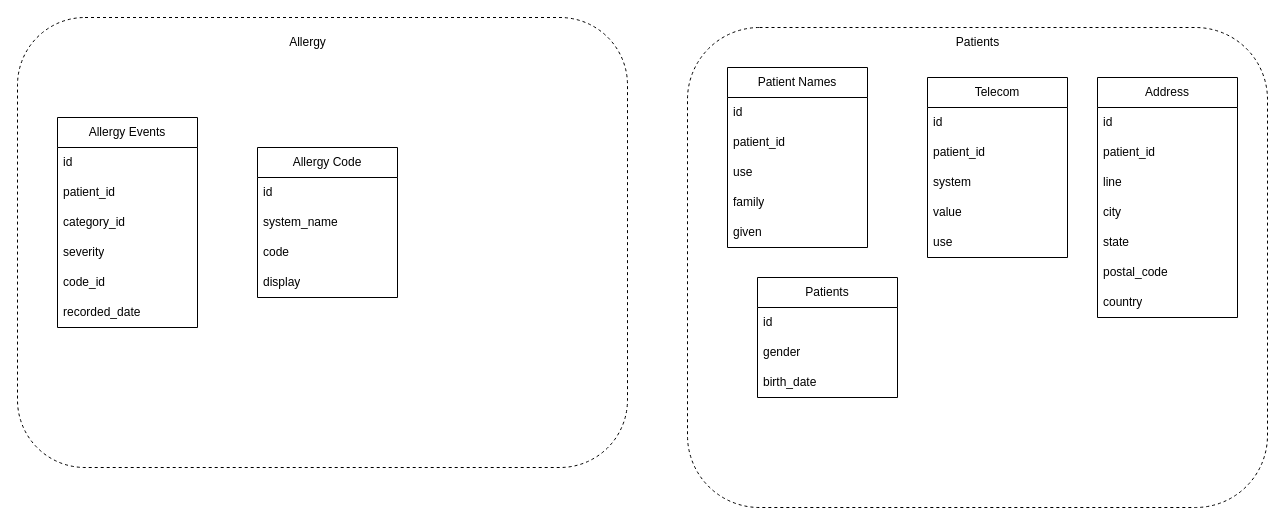
dianabarros/iqvia-assignment keeps this draw.io diagram as models.drawio. Above is the earlier version. Source tidied: cells renumbered, new cells numbered last; positions are measured from the earlier drawing's top-left corner, leaving out a move shared by most shapes. Both pictures are drawn from the tidied source at 100%, with x=0, y=0 at pixel (17, 17).
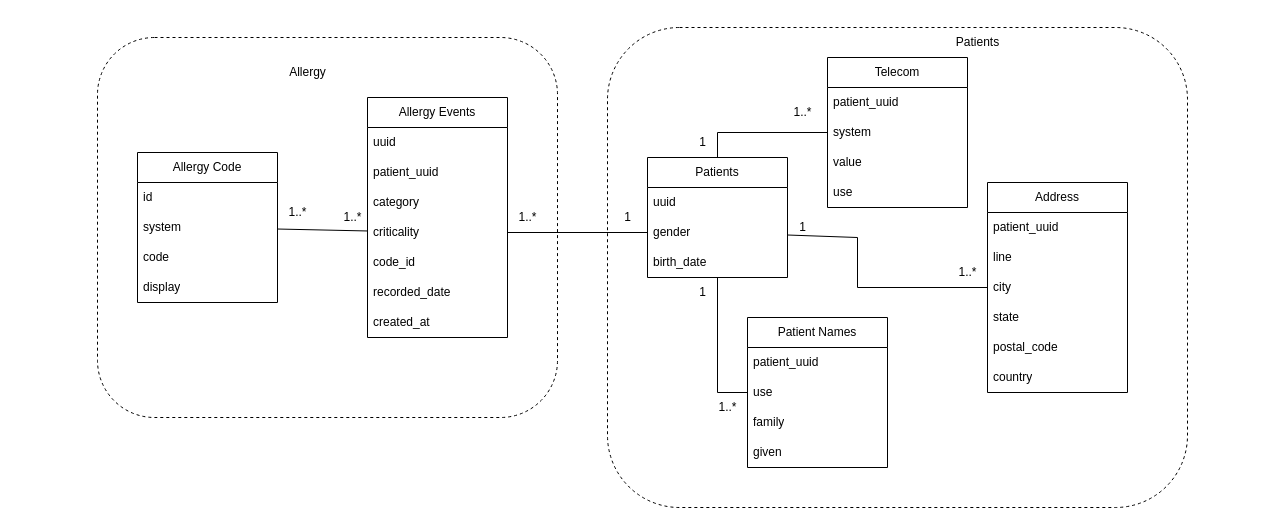
After the change.

Unchanged cells that the change refers to:
```xml
<mxCell id="34" value="gender" style="text;strokeColor=none;fillColor=none;align=left;verticalAlign=middle;spacingLeft=4;spacingRight=4;overflow=hidden;points=[[0,0.5],[1,0.5]];portConstraint=eastwest;whiteSpace=wrap;html=1;" parent="32" vertex="1">
  <mxGeometry y="60" width="140" height="30" as="geometry" />
</mxCell>
```

What changed in the source:
```diff
@@
     <mxCell id="2" style="rounded=1;whiteSpace=wrap;html=1;dashed=1;fillColor=none;" parent="1" vertex="1">
-      <mxGeometry x="670" y="10" width="580" height="480" as="geometry" />
+      <mxGeometry x="590" y="10" width="580" height="480" as="geometry" />
     </mxCell>
     <mxCell id="3" style="rounded=1;whiteSpace=wrap;html=1;dashed=1;fillColor=none;" parent="1" vertex="1">
-      <mxGeometry width="610" height="450" as="geometry" />
+      <mxGeometry x="80" y="20" width="460" height="380" as="geometry" />
     </mxCell>
     <mxCell id="4" value="Allergy Events" style="swimlane;fontStyle=0;horizontal=1;startSize=30;whiteSpace=wrap;html=1;" parent="1" vertex="1">
-      <mxGeometry x="40" y="100" width="140" height="210" as="geometry" />
+      <mxGeometry x="350" y="80" width="140" height="240" as="geometry" />
     </mxCell>
-    <mxCell id="5" value="id" style="text;strokeColor=none;fillColor=none;align=left;verticalAlign=middle;spacingLeft=4;spacingRight=4;overflow=hidden;whiteSpace=wrap;html=1;" parent="4" vertex="1">
+    <mxCell id="5" value="uuid" style="text;strokeColor=none;fillColor=none;align=left;verticalAlign=middle;spacingLeft=4;spacingRight=4;overflow=hidden;whiteSpace=wrap;html=1;" parent="4" vertex="1">
       <mxGeometry y="30" width="140" height="30" as="geometry" />
     </mxCell>
-    <mxCell id="6" value="patient_id" style="text;strokeColor=none;fillColor=none;align=left;verticalAlign=middle;spacingLeft=4;spacingRight=4;overflow=hidden;whiteSpace=wrap;html=1;" parent="4" vertex="1">
+    <mxCell id="6" value="patient_uuid" style="text;strokeColor=none;fillColor=none;align=left;verticalAlign=middle;spacingLeft=4;spacingRight=4;overflow=hidden;whiteSpace=wrap;html=1;" parent="4" vertex="1">
       <mxGeometry y="60" width="140" height="30" as="geometry" />
     </mxCell>
-    <mxCell id="7" value="category_id" style="text;strokeColor=none;fillColor=none;align=left;verticalAlign=middle;spacingLeft=4;spacingRight=4;overflow=hidden;whiteSpace=wrap;html=1;" parent="4" vertex="1">
+    <mxCell id="7" value="category" style="text;strokeColor=none;fillColor=none;align=left;verticalAlign=middle;spacingLeft=4;spacingRight=4;overflow=hidden;whiteSpace=wrap;html=1;" parent="4" vertex="1">
       <mxGeometry y="90" width="140" height="30" as="geometry" />
     </mxCell>
-    <mxCell id="8" value="severity" style="text;strokeColor=none;fillColor=none;align=left;verticalAlign=middle;spacingLeft=4;spacingRight=4;overflow=hidden;points=[[0,0.5],[1,0.5]];portConstraint=eastwest;whiteSpace=wrap;html=1;" parent="4" vertex="1">
+    <mxCell id="8" value="criticality" style="text;strokeColor=none;fillColor=none;align=left;verticalAlign=middle;spacingLeft=4;spacingRight=4;overflow=hidden;points=[[0,0.5],[1,0.5]];portConstraint=eastwest;whiteSpace=wrap;html=1;" parent="4" vertex="1">
       <mxGeometry y="120" width="140" height="30" as="geometry" />
     </mxCell>
@@
+    <mxCell id="42" value="created_at" style="text;strokeColor=none;fillColor=none;align=left;verticalAlign=middle;spacingLeft=4;spacingRight=4;overflow=hidden;whiteSpace=wrap;html=1;" parent="4" vertex="1">
+      <mxGeometry y="210" width="140" height="30" as="geometry" />
+    </mxCell>
     <mxCell id="11" value="Allergy" style="text;html=1;align=center;verticalAlign=middle;strokeColor=none;fillColor=none;" parent="1" vertex="1">
-      <mxGeometry x="260" y="10" width="60" height="30" as="geometry" />
+      <mxGeometry x="260" y="40" width="60" height="30" as="geometry" />
     </mxCell>
     <mxCell id="12" value="Patient Names" style="swimlane;fontStyle=0;horizontal=1;startSize=30;whiteSpace=wrap;html=1;" parent="1" vertex="1">
-      <mxGeometry x="710" y="50" width="140" height="180" as="geometry" />
+      <mxGeometry x="730" y="300" width="140" height="150" as="geometry" />
     </mxCell>
-    <mxCell id="13" value="id" style="text;strokeColor=none;fillColor=none;align=left;verticalAlign=middle;spacingLeft=4;spacingRight=4;overflow=hidden;whiteSpace=wrap;html=1;" parent="12" vertex="1">
-      <mxGeometry y="30" width="140" height="30" as="geometry" />
-    </mxCell>
-    <mxCell id="14" value="patient_id" style="text;strokeColor=none;fillColor=none;align=left;verticalAlign=middle;spacingLeft=4;spacingRight=4;overflow=hidden;whiteSpace=wrap;html=1;" parent="12" vertex="1">
-      <mxGeometry y="60" width="140" height="30" as="geometry" />
+    <mxCell id="14" value="patient_uuid" style="text;strokeColor=none;fillColor=none;align=left;verticalAlign=middle;spacingLeft=4;spacingRight=4;overflow=hidden;whiteSpace=wrap;html=1;" parent="12" vertex="1">
+      <mxGeometry y="30" width="140" height="30" as="geometry" />
     </mxCell>
     <mxCell id="15" value="use" style="text;strokeColor=none;fillColor=none;align=left;verticalAlign=middle;spacingLeft=4;spacingRight=4;overflow=hidden;points=[[0,0.5],[1,0.5]];portConstraint=eastwest;whiteSpace=wrap;html=1;" parent="12" vertex="1">
-      <mxGeometry y="90" width="140" height="30" as="geometry" />
+      <mxGeometry y="60" width="140" height="30" as="geometry" />
     </mxCell>
     <mxCell id="16" value="family" style="text;strokeColor=none;fillColor=none;align=left;verticalAlign=middle;spacingLeft=4;spacingRight=4;overflow=hidden;whiteSpace=wrap;html=1;" parent="12" vertex="1">
-      <mxGeometry y="120" width="140" height="30" as="geometry" />
+      <mxGeometry y="90" width="140" height="30" as="geometry" />
     </mxCell>
     <mxCell id="17" value="given" style="text;strokeColor=none;fillColor=none;align=left;verticalAlign=middle;spacingLeft=4;spacingRight=4;overflow=hidden;whiteSpace=wrap;html=1;" parent="12" vertex="1">
-      <mxGeometry y="150" width="140" height="30" as="geometry" />
+      <mxGeometry y="120" width="140" height="30" as="geometry" />
     </mxCell>
     <mxCell id="18" value="Telecom" style="swimlane;fontStyle=0;horizontal=1;startSize=30;whiteSpace=wrap;html=1;" parent="1" vertex="1">
-      <mxGeometry x="910" y="60" width="140" height="180" as="geometry" />
+      <mxGeometry x="810" y="40" width="140" height="150" as="geometry" />
     </mxCell>
-    <mxCell id="19" value="id" style="text;strokeColor=none;fillColor=none;align=left;verticalAlign=middle;spacingLeft=4;spacingRight=4;overflow=hidden;whiteSpace=wrap;html=1;" parent="18" vertex="1">
-      <mxGeometry y="30" width="140" height="30" as="geometry" />
-    </mxCell>
-    <mxCell id="20" value="patient_id" style="text;strokeColor=none;fillColor=none;align=left;verticalAlign=middle;spacingLeft=4;spacingRight=4;overflow=hidden;whiteSpace=wrap;html=1;" parent="18" vertex="1">
-      <mxGeometry y="60" width="140" height="30" as="geometry" />
+    <mxCell id="20" value="patient_uuid" style="text;strokeColor=none;fillColor=none;align=left;verticalAlign=middle;spacingLeft=4;spacingRight=4;overflow=hidden;whiteSpace=wrap;html=1;" parent="18" vertex="1">
+      <mxGeometry y="30" width="140" height="30" as="geometry" />
     </mxCell>
     <mxCell id="21" value="system" style="text;strokeColor=none;fillColor=none;align=left;verticalAlign=middle;spacingLeft=4;spacingRight=4;overflow=hidden;points=[[0,0.5],[1,0.5]];portConstraint=eastwest;whiteSpace=wrap;html=1;" parent="18" vertex="1">
-      <mxGeometry y="90" width="140" height="30" as="geometry" />
+      <mxGeometry y="60" width="140" height="30" as="geometry" />
     </mxCell>
     <mxCell id="22" value="value" style="text;strokeColor=none;fillColor=none;align=left;verticalAlign=middle;spacingLeft=4;spacingRight=4;overflow=hidden;whiteSpace=wrap;html=1;" parent="18" vertex="1">
-      <mxGeometry y="120" width="140" height="30" as="geometry" />
+      <mxGeometry y="90" width="140" height="30" as="geometry" />
     </mxCell>
     <mxCell id="23" value="use" style="text;strokeColor=none;fillColor=none;align=left;verticalAlign=middle;spacingLeft=4;spacingRight=4;overflow=hidden;whiteSpace=wrap;html=1;" parent="18" vertex="1">
-      <mxGeometry y="150" width="140" height="30" as="geometry" />
+      <mxGeometry y="120" width="140" height="30" as="geometry" />
     </mxCell>
     <mxCell id="24" value="Address" style="swimlane;fontStyle=0;horizontal=1;startSize=30;whiteSpace=wrap;html=1;" parent="1" vertex="1">
-      <mxGeometry x="1080" y="60" width="140" height="240" as="geometry" />
+      <mxGeometry x="970" y="165" width="140" height="210" as="geometry" />
     </mxCell>
-    <mxCell id="25" value="id" style="text;strokeColor=none;fillColor=none;align=left;verticalAlign=middle;spacingLeft=4;spacingRight=4;overflow=hidden;whiteSpace=wrap;html=1;" parent="24" vertex="1">
-      <mxGeometry y="30" width="140" height="30" as="geometry" />
-    </mxCell>
-    <mxCell id="26" value="patient_id" style="text;strokeColor=none;fillColor=none;align=left;verticalAlign=middle;spacingLeft=4;spacingRight=4;overflow=hidden;whiteSpace=wrap;html=1;" parent="24" vertex="1">
-      <mxGeometry y="60" width="140" height="30" as="geometry" />
+    <mxCell id="26" value="patient_uuid" style="text;strokeColor=none;fillColor=none;align=left;verticalAlign=middle;spacingLeft=4;spacingRight=4;overflow=hidden;whiteSpace=wrap;html=1;" parent="24" vertex="1">
+      <mxGeometry y="30" width="140" height="30" as="geometry" />
     </mxCell>
     <mxCell id="27" value="line" style="text;strokeColor=none;fillColor=none;align=left;verticalAlign=middle;spacingLeft=4;spacingRight=4;overflow=hidden;whiteSpace=wrap;html=1;" parent="24" vertex="1">
-      <mxGeometry y="90" width="140" height="30" as="geometry" />
+      <mxGeometry y="60" width="140" height="30" as="geometry" />
     </mxCell>
     <mxCell id="28" value="city" style="text;strokeColor=none;fillColor=none;align=left;verticalAlign=middle;spacingLeft=4;spacingRight=4;overflow=hidden;points=[[0,0.5],[1,0.5]];portConstraint=eastwest;whiteSpace=wrap;html=1;" parent="24" vertex="1">
-      <mxGeometry y="120" width="140" height="30" as="geometry" />
+      <mxGeometry y="90" width="140" height="30" as="geometry" />
     </mxCell>
     <mxCell id="29" value="state" style="text;strokeColor=none;fillColor=none;align=left;verticalAlign=middle;spacingLeft=4;spacingRight=4;overflow=hidden;whiteSpace=wrap;html=1;" parent="24" vertex="1">
-      <mxGeometry y="150" width="140" height="30" as="geometry" />
+      <mxGeometry y="120" width="140" height="30" as="geometry" />
     </mxCell>
     <mxCell id="30" value="postal_code" style="text;strokeColor=none;fillColor=none;align=left;verticalAlign=middle;spacingLeft=4;spacingRight=4;overflow=hidden;whiteSpace=wrap;html=1;" parent="24" vertex="1">
-      <mxGeometry y="180" width="140" height="30" as="geometry" />
+      <mxGeometry y="150" width="140" height="30" as="geometry" />
     </mxCell>
     <mxCell id="31" value="country" style="text;strokeColor=none;fillColor=none;align=left;verticalAlign=middle;spacingLeft=4;spacingRight=4;overflow=hidden;whiteSpace=wrap;html=1;" parent="24" vertex="1">
-      <mxGeometry y="210" width="140" height="30" as="geometry" />
+      <mxGeometry y="180" width="140" height="30" as="geometry" />
     </mxCell>
+    <mxCell id="43" style="edgeStyle=none;html=1;exitX=0.5;exitY=0;exitDx=0;exitDy=0;entryX=0;entryY=0.5;entryDx=0;entryDy=0;endArrow=none;endFill=0;rounded=0;curved=0;" parent="1" edge="1" source="32" target="21">
+      <mxGeometry relative="1" as="geometry">
+        <Array as="points">
+          <mxPoint x="700" y="115" />
+        </Array>
+      </mxGeometry>
+    </mxCell>
     <mxCell id="32" value="Patients" style="swimlane;fontStyle=0;horizontal=1;startSize=30;whiteSpace=wrap;html=1;" parent="1" vertex="1">
-      <mxGeometry x="740" y="260" width="140" height="120" as="geometry" />
+      <mxGeometry x="630" y="140" width="140" height="120" as="geometry" />
     </mxCell>
-    <mxCell id="33" value="id" style="text;strokeColor=none;fillColor=none;align=left;verticalAlign=middle;spacingLeft=4;spacingRight=4;overflow=hidden;whiteSpace=wrap;html=1;" parent="32" vertex="1">
+    <mxCell id="33" value="uuid" style="text;strokeColor=none;fillColor=none;align=left;verticalAlign=middle;spacingLeft=4;spacingRight=4;overflow=hidden;whiteSpace=wrap;html=1;" parent="32" vertex="1">
       <mxGeometry y="30" width="140" height="30" as="geometry" />
     </mxCell>
@@
     <mxCell id="37" value="Allergy Code" style="swimlane;fontStyle=0;horizontal=1;startSize=30;whiteSpace=wrap;html=1;" parent="1" vertex="1">
-      <mxGeometry x="240" y="130" width="140" height="150" as="geometry" />
+      <mxGeometry x="120" y="135" width="140" height="150" as="geometry" />
     </mxCell>
@@
-    <mxCell id="39" value="system_name" style="text;strokeColor=none;fillColor=none;align=left;verticalAlign=middle;spacingLeft=4;spacingRight=4;overflow=hidden;points=[[0,0.5],[1,0.5]];portConstraint=eastwest;whiteSpace=wrap;html=1;" parent="37" vertex="1">
+    <mxCell id="39" value="system" style="text;strokeColor=none;fillColor=none;align=left;verticalAlign=middle;spacingLeft=4;spacingRight=4;overflow=hidden;points=[[0,0.5],[1,0.5]];portConstraint=eastwest;whiteSpace=wrap;html=1;" parent="37" vertex="1">
       <mxGeometry y="60" width="140" height="30" as="geometry" />
     </mxCell>
@@
+    <mxCell id="44" style="html=1;endArrow=none;endFill=0;" parent="1" edge="1" source="39" target="8">
+      <mxGeometry relative="1" as="geometry" />
+    </mxCell>
+    <mxCell id="45" value="1..*" style="text;html=1;align=center;verticalAlign=middle;strokeColor=none;fillColor=none;" parent="1" vertex="1">
+      <mxGeometry x="315" y="185" width="40" height="30" as="geometry" />
+    </mxCell>
+    <mxCell id="46" value="1..*" style="text;html=1;align=center;verticalAlign=middle;strokeColor=none;fillColor=none;" parent="1" vertex="1">
+      <mxGeometry x="260" y="180" width="40" height="30" as="geometry" />
+    </mxCell>
+    <mxCell id="47" style="edgeStyle=none;html=1;entryX=0;entryY=0.5;entryDx=0;entryDy=0;endArrow=none;endFill=0;" parent="1" edge="1" source="8" target="34">
+      <mxGeometry relative="1" as="geometry" />
+    </mxCell>
+    <mxCell id="48" value="&lt;div&gt;1&lt;/div&gt;" style="text;html=1;align=center;verticalAlign=middle;strokeColor=none;fillColor=none;" parent="1" vertex="1">
+      <mxGeometry x="595" y="185" width="30" height="30" as="geometry" />
+    </mxCell>
+    <mxCell id="49" value="1..*" style="text;html=1;align=center;verticalAlign=middle;strokeColor=none;fillColor=none;" parent="1" vertex="1">
+      <mxGeometry x="490" y="185" width="40" height="30" as="geometry" />
+    </mxCell>
+    <mxCell id="50" value="&lt;div&gt;1&lt;/div&gt;" style="text;html=1;align=center;verticalAlign=middle;strokeColor=none;fillColor=none;" parent="1" vertex="1">
+      <mxGeometry x="670" y="110" width="30" height="30" as="geometry" />
+    </mxCell>
+    <mxCell id="51" value="&lt;div&gt;1..*&lt;/div&gt;" style="text;html=1;align=center;verticalAlign=middle;strokeColor=none;fillColor=none;" parent="1" vertex="1">
+      <mxGeometry x="765" y="80" width="40" height="30" as="geometry" />
+    </mxCell>
+    <mxCell id="52" style="edgeStyle=none;html=1;entryX=0;entryY=0.5;entryDx=0;entryDy=0;endArrow=none;endFill=0;rounded=0;curved=0;" parent="1" edge="1" source="32" target="15">
+      <mxGeometry relative="1" as="geometry">
+        <Array as="points">
+          <mxPoint x="700" y="375" />
+        </Array>
+      </mxGeometry>
+    </mxCell>
+    <mxCell id="53" value="&lt;div&gt;1&lt;/div&gt;" style="text;html=1;align=center;verticalAlign=middle;strokeColor=none;fillColor=none;" parent="1" vertex="1">
+      <mxGeometry x="670" y="260" width="30" height="30" as="geometry" />
+    </mxCell>
+    <mxCell id="54" value="&lt;div&gt;1..*&lt;/div&gt;" style="text;html=1;align=center;verticalAlign=middle;strokeColor=none;fillColor=none;" parent="1" vertex="1">
+      <mxGeometry x="690" y="375" width="40" height="30" as="geometry" />
+    </mxCell>
+    <mxCell id="55" style="edgeStyle=none;html=1;entryX=0;entryY=0.5;entryDx=0;entryDy=0;rounded=0;curved=0;endArrow=none;endFill=0;" parent="1" edge="1" source="34" target="28">
+      <mxGeometry relative="1" as="geometry">
+        <Array as="points">
+          <mxPoint x="840" y="220" />
+          <mxPoint x="840" y="270" />
+        </Array>
+      </mxGeometry>
+    </mxCell>
+    <mxCell id="56" value="&lt;div&gt;1&lt;/div&gt;" style="text;html=1;align=center;verticalAlign=middle;strokeColor=none;fillColor=none;" parent="1" vertex="1">
+      <mxGeometry x="770" y="195" width="30" height="30" as="geometry" />
+    </mxCell>
+    <mxCell id="57" value="&lt;div&gt;1..*&lt;/div&gt;" style="text;html=1;align=center;verticalAlign=middle;strokeColor=none;fillColor=none;" parent="1" vertex="1">
+      <mxGeometry x="930" y="240" width="40" height="30" as="geometry" />
+    </mxCell>
```
